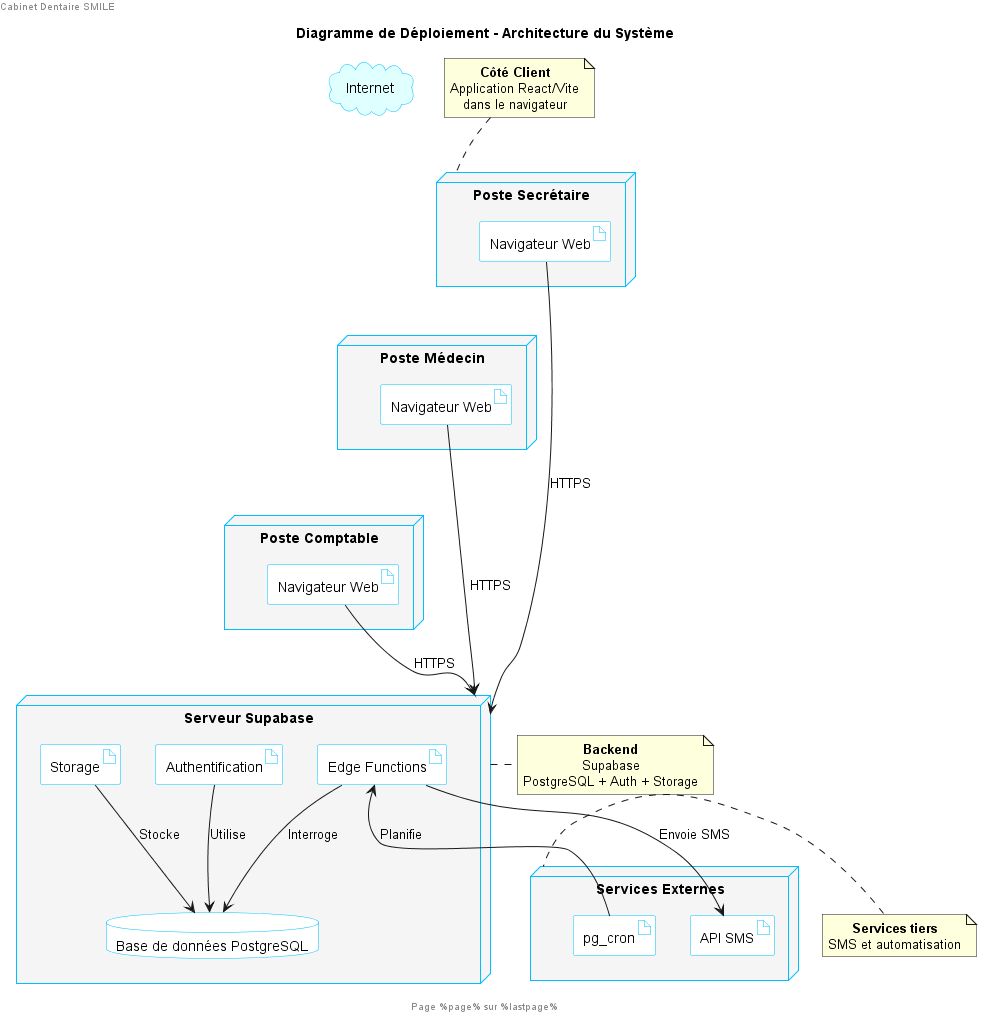
This is out/docs/diagramme_deploiement/diagramme_deploiement.png from marckom500-hue/CABINET-DENTAIRE-SMILE, a PlantUML export, as it was before one commit. Its diagram source:
```plantuml
@startuml
left header Cabinet Dentaire SMILE
right header Diagramme de Déploiement
footer Page %page% sur %lastpage%

title Diagramme de Déploiement - Architecture du Système

skinparam node {
  BackgroundColor WhiteSmoke
  BorderColor DeepSkyBlue
  RoundCorner 10
}
skinparam artifact {
  BackgroundColor White
  BorderColor DeepSkyBlue
  RoundCorner 5
}
skinparam cloud {
  BackgroundColor LightCyan
  BorderColor DeepSkyBlue
}
skinparam database {
  BackgroundColor White
  BorderColor DeepSkyBlue
}
skinparam shadowing false
skinparam defaultTextAlignment center


cloud "Internet" as internet

node "Poste Secrétaire" as poste_secretaire {
  artifact "Navigateur Web" as navigateur
}

node "Poste Médecin" as poste_medecin {
  artifact "Navigateur Web" as navigateur_med
}

node "Poste Comptable" as poste_comptable {
  artifact "Navigateur Web" as navigateur_compta
}

node "Serveur Supabase" as supabase {
  database "Base de données PostgreSQL" as db
  artifact "Authentification" as auth
  artifact "Storage" as storage
  artifact "Edge Functions" as functions
}

node "Services Externes" as externes {
  artifact "API SMS" as sms_api
  artifact "pg_cron" as cron
}


internet -[hidden]down-> poste_secretaire
poste_secretaire -[hidden]down-> poste_medecin
poste_medecin -[hidden]down-> poste_comptable

navigateur --> supabase : HTTPS
navigateur_med --> supabase : HTTPS
navigateur_compta --> supabase : HTTPS

supabase -[hidden]down-> externes

auth --> db : Utilise
storage --> db : Stocke
functions --> db : Interroge
functions --> sms_api : Envoie SMS
cron --> functions : Planifie

note top of poste_secretaire
  <b>Côté Client</b>
  Application React/Vite
  dans le navigateur
end note

note right of supabase
  <b>Backend</b>
  Supabase
  PostgreSQL + Auth + Storage
end note

note left of externes
  <b>Services tiers</b>
  SMS et automatisation
end note

@enduml
```
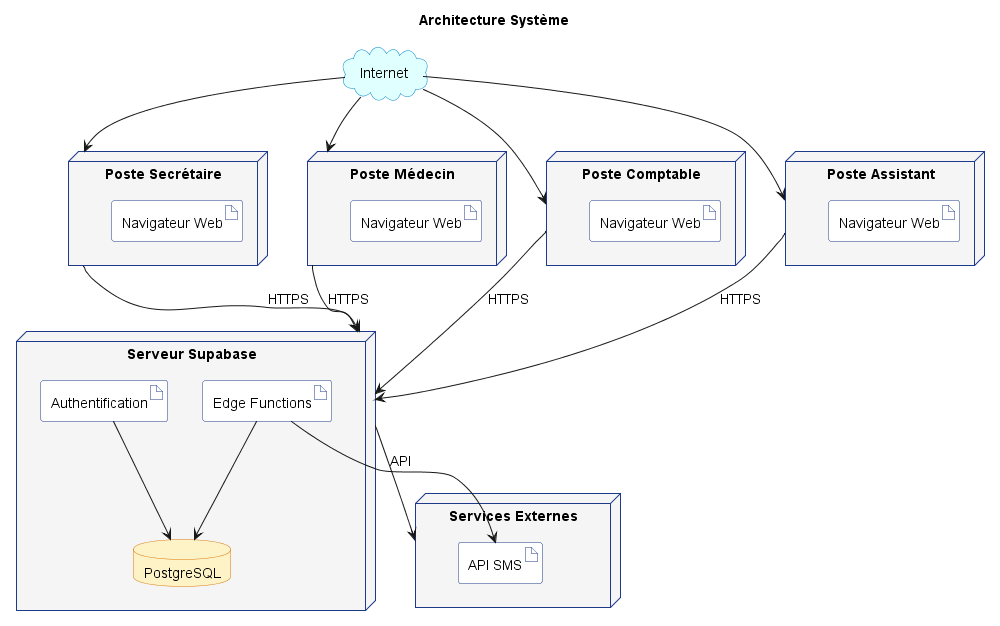
Later version of the same file.

Change to the diagram source:
```diff
@@ -1,90 +1,69 @@
 @startuml
-left header Cabinet Dentaire SMILE
-right header Diagramme de Déploiement
-footer Page %page% sur %lastpage%
-
-title Diagramme de Déploiement - Architecture du Système
+title Architecture Système
 
 skinparam node {
   BackgroundColor WhiteSmoke
-  BorderColor DeepSkyBlue
+  BorderColor #1E3A8A
   RoundCorner 10
 }
 skinparam artifact {
   BackgroundColor White
-  BorderColor DeepSkyBlue
-  RoundCorner 5
+  BorderColor #1E3A8A
 }
 skinparam cloud {
   BackgroundColor LightCyan
-  BorderColor DeepSkyBlue
+  BorderColor #0284C7
 }
 skinparam database {
-  BackgroundColor White
-  BorderColor DeepSkyBlue
+  BackgroundColor #FEF3C7
+  BorderColor #D97706
 }
 skinparam shadowing false
-skinparam defaultTextAlignment center
 
 
 cloud "Internet" as internet
 
 node "Poste Secrétaire" as poste_secretaire {
-  artifact "Navigateur Web" as navigateur
+  artifact "Navigateur Web" as nav_secretaire
 }
 
 node "Poste Médecin" as poste_medecin {
-  artifact "Navigateur Web" as navigateur_med
+  artifact "Navigateur Web" as nav_medecin
 }
 
 node "Poste Comptable" as poste_comptable {
-  artifact "Navigateur Web" as navigateur_compta
+  artifact "Navigateur Web" as nav_comptable
+}
+
+node "Poste Assistant" as poste_assistant {
+  artifact "Navigateur Web" as nav_assistant
 }
 
 node "Serveur Supabase" as supabase {
-  database "Base de données PostgreSQL" as db
+  database "PostgreSQL" as db
   artifact "Authentification" as auth
-  artifact "Storage" as storage
   artifact "Edge Functions" as functions
 }
 
 node "Services Externes" as externes {
-  artifact "API SMS" as sms_api
-  artifact "pg_cron" as cron
+  artifact "API SMS" as sms
 }
 
 
-internet -[hidden]down-> poste_secretaire
-poste_secretaire -[hidden]down-> poste_medecin
-poste_medecin -[hidden]down-> poste_comptable
+internet --> poste_secretaire
+internet --> poste_medecin
+internet --> poste_comptable
+internet --> poste_assistant
 
-navigateur --> supabase : HTTPS
-navigateur_med --> supabase : HTTPS
-navigateur_compta --> supabase : HTTPS
+poste_secretaire --> supabase : HTTPS
+poste_medecin --> supabase : HTTPS
+poste_comptable --> supabase : HTTPS
+poste_assistant --> supabase : HTTPS
 
-supabase -[hidden]down-> externes
+supabase --> externes : API
 
-auth --> db : Utilise
-storage --> db : Stocke
-functions --> db : Interroge
-functions --> sms_api : Envoie SMS
-cron --> functions : Planifie
-
-note top of poste_secretaire
-  <b>Côté Client</b>
-  Application React/Vite
-  dans le navigateur
-end note
-
-note right of supabase
-  <b>Backend</b>
-  Supabase
-  PostgreSQL + Auth + Storage
-end note
-
-note left of externes
-  <b>Services tiers</b>
-  SMS et automatisation
-end note
+auth --> db
+functions --> db
+functions --> sms
 
 @enduml
```
